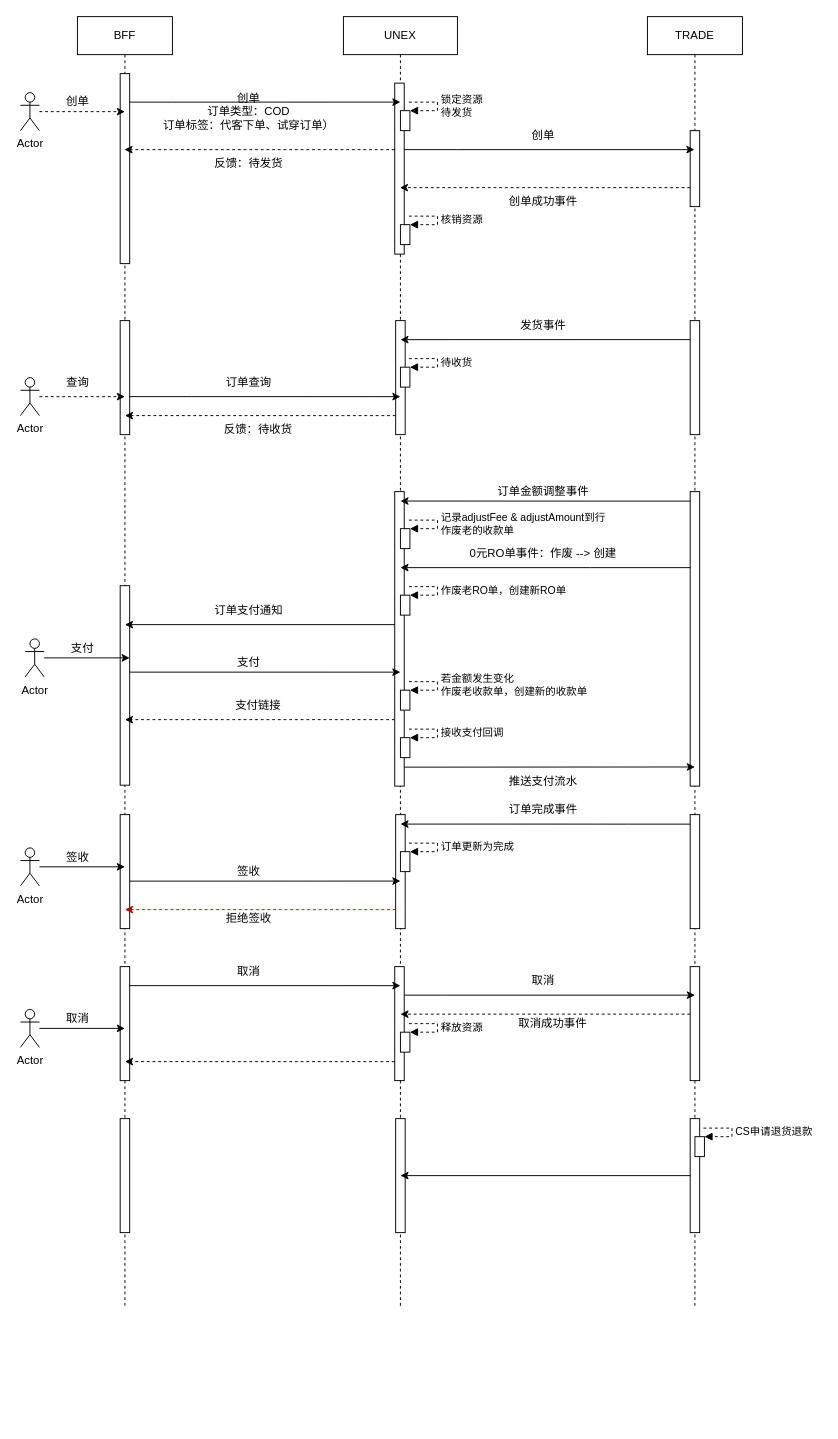
jingjie2018/test keeps this draw.io diagram as 未命名绘图.drawio. Above is the earlier version. Source tidied: cells renumbered, new cells numbered last; positions are measured from the earlier drawing's top-left corner, leaving out a move shared by most shapes. Both pictures are drawn from the tidied source at 95%, with x=0, y=0 at pixel (20, 16).
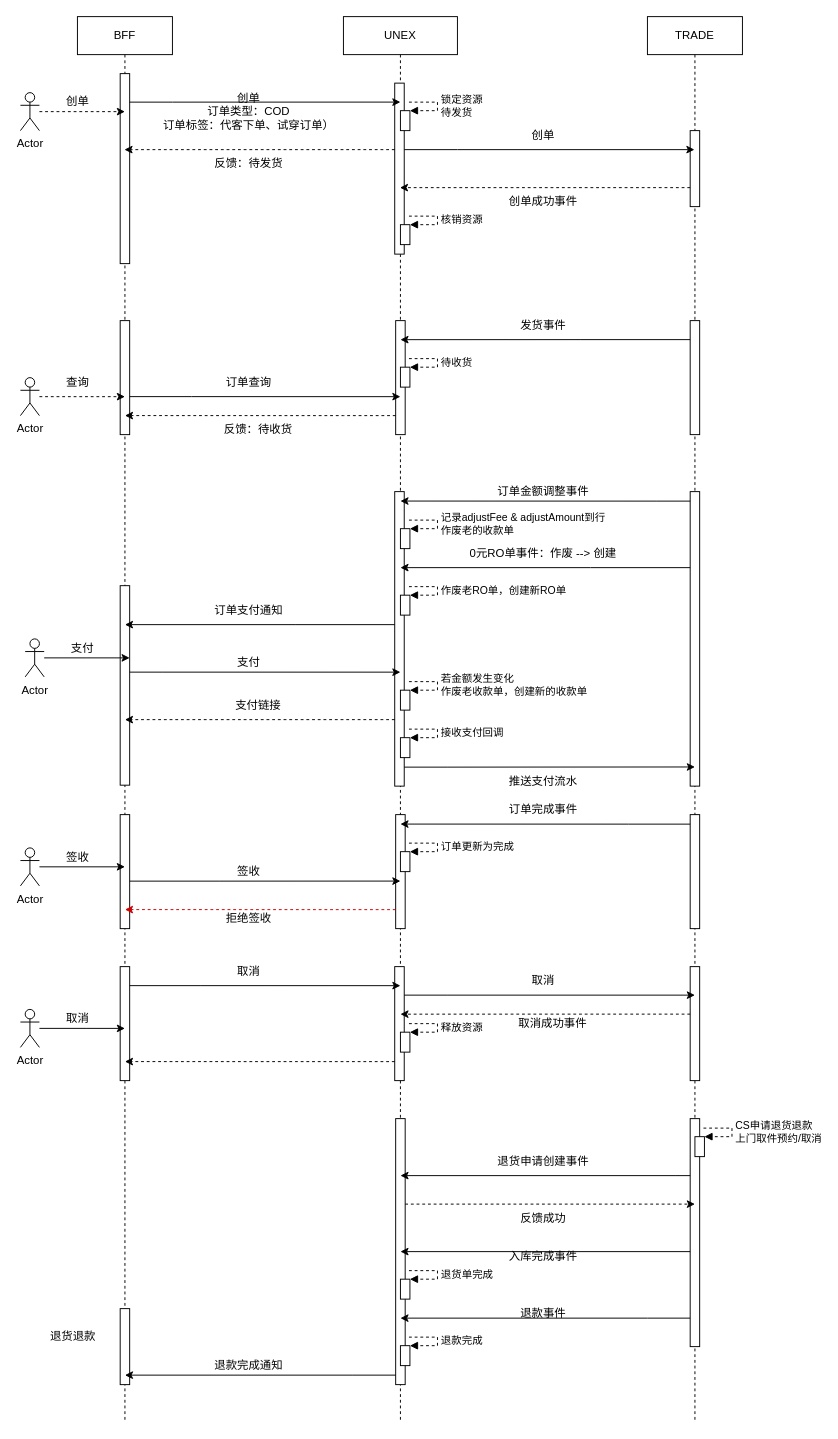
The same page after the edit.

Commit message (it also covers changes not shown here):
更新未命名绘图.drawio

Unchanged cells that the change refers to:
```xml
<mxCell id="44" style="html=1;points=[];perimeter=orthogonalPerimeter;" parent="37" vertex="1">
  <mxGeometry x="50" y="1179" width="10" height="21" as="geometry" />
</mxCell>
```

The edit, as a diff of the source:
```diff
@@
     <mxCell id="2" value="BFF" style="shape=umlLifeline;perimeter=lifelinePerimeter;whiteSpace=wrap;html=1;outlineConnect=0;" parent="1" vertex="1">
-      <mxGeometry x="60" width="100" height="1360" as="geometry" />
+      <mxGeometry x="60" width="100" height="1480" as="geometry" />
     </mxCell>
@@
     <mxCell id="11" style="html=1;points=[];perimeter=orthogonalPerimeter;" parent="2" vertex="1">
-      <mxGeometry x="45" y="1160" width="10" height="120" as="geometry" />
+      <mxGeometry x="45" y="1360" width="10" height="80" as="geometry" />
     </mxCell>
     <mxCell id="12" value="UNEX" style="shape=umlLifeline;perimeter=lifelinePerimeter;whiteSpace=wrap;html=1;outlineConnect=0;" parent="1" vertex="1">
-      <mxGeometry x="340" width="120" height="1360" as="geometry" />
+      <mxGeometry x="340" width="120" height="1480" as="geometry" />
     </mxCell>
@@
     <mxCell id="36" style="html=1;points=[];perimeter=orthogonalPerimeter;" parent="12" vertex="1">
-      <mxGeometry x="55" y="1160" width="10" height="120" as="geometry" />
+      <mxGeometry x="55" y="1160" width="10" height="280" as="geometry" />
     </mxCell>
+    <mxCell id="98" style="html=1;points=[];perimeter=orthogonalPerimeter;" parent="12" vertex="1">
+      <mxGeometry x="60" y="1329" width="10" height="21" as="geometry" />
+    </mxCell>
+    <mxCell id="99" value="退货单完成" style="edgeStyle=orthogonalEdgeStyle;html=1;align=left;spacingLeft=2;endArrow=block;rounded=0;entryX=1;entryY=0;dashed=1;" parent="12" edge="1" target="98">
+      <mxGeometry relative="1" as="geometry">
+        <mxPoint x="69" y="1320" as="sourcePoint" />
+        <Array as="points">
+          <mxPoint x="99" y="1320" />
+        </Array>
+      </mxGeometry>
+    </mxCell>
+    <mxCell id="100" style="html=1;points=[];perimeter=orthogonalPerimeter;" parent="12" vertex="1">
+      <mxGeometry x="60" y="1399" width="10" height="21" as="geometry" />
+    </mxCell>
+    <mxCell id="101" value="退款完成" style="edgeStyle=orthogonalEdgeStyle;html=1;align=left;spacingLeft=2;endArrow=block;rounded=0;entryX=1;entryY=0;dashed=1;" parent="12" edge="1" target="100">
+      <mxGeometry relative="1" as="geometry">
+        <mxPoint x="69" y="1390" as="sourcePoint" />
+        <Array as="points">
+          <mxPoint x="99" y="1390" />
+        </Array>
+      </mxGeometry>
+    </mxCell>
     <mxCell id="37" value="TRADE" style="shape=umlLifeline;perimeter=lifelinePerimeter;whiteSpace=wrap;html=1;outlineConnect=0;" parent="1" vertex="1">
-      <mxGeometry x="660" width="100" height="1360" as="geometry" />
+      <mxGeometry x="660" width="100" height="1480" as="geometry" />
     </mxCell>
@@
     <mxCell id="43" style="html=1;points=[];perimeter=orthogonalPerimeter;" parent="37" vertex="1">
-      <mxGeometry x="45" y="1160" width="10" height="120" as="geometry" />
+      <mxGeometry x="45" y="1160" width="10" height="240" as="geometry" />
     </mxCell>
@@
-    <mxCell id="45" value="CS申请退货退款" style="edgeStyle=orthogonalEdgeStyle;html=1;align=left;spacingLeft=2;endArrow=block;rounded=0;entryX=1;entryY=0;dashed=1;" parent="37" edge="1" target="44">
+    <mxCell id="45" value="CS申请退货退款&lt;br&gt;上门取件预约/取消" style="edgeStyle=orthogonalEdgeStyle;html=1;align=left;spacingLeft=2;endArrow=block;rounded=0;entryX=1;entryY=0;dashed=1;" parent="37" edge="1" target="44">
       <mxGeometry relative="1" as="geometry">
         <mxPoint x="59" y="1170" as="sourcePoint" />
         <Array as="points">
           <mxPoint x="89" y="1170" />
         </Array>
       </mxGeometry>
     </mxCell>
@@
-    <mxCell id="97" style="edgeStyle=orthogonalEdgeStyle;rounded=0;jettySize=auto;html=1;entryX=0.5;entryY=0.5;entryDx=0;entryDy=0;entryPerimeter=0;strokeColor=#000000;" parent="1" edge="1" source="43" target="36">
-      <mxGeometry relative="1" as="geometry" />
-    </mxCell>
+    <mxCell id="102" value="退货申请创建事件" style="text;html=1;align=center;verticalAlign=middle;strokeColor=none;fillColor=none;" parent="1" vertex="1">
+      <mxGeometry x="490" y="1190" width="120" height="30" as="geometry" />
+    </mxCell>
+    <mxCell id="103" style="edgeStyle=orthogonalEdgeStyle;rounded=0;jettySize=auto;html=1;strokeColor=#000000;" parent="1" edge="1" source="43">
+      <mxGeometry relative="1" as="geometry">
+        <mxPoint x="400" y="1220" as="targetPoint" />
+        <Array as="points">
+          <mxPoint x="690" y="1220" />
+          <mxPoint x="690" y="1220" />
+        </Array>
+      </mxGeometry>
+    </mxCell>
+    <mxCell id="104" style="edgeStyle=orthogonalEdgeStyle;rounded=0;jettySize=auto;html=1;entryX=0.5;entryY=0.375;entryDx=0;entryDy=0;entryPerimeter=0;strokeColor=#000000;dashed=1;" parent="1" edge="1" source="36" target="43">
+      <mxGeometry relative="1" as="geometry">
+        <Array as="points">
+          <mxPoint x="450" y="1250" />
+          <mxPoint x="450" y="1250" />
+        </Array>
+      </mxGeometry>
+    </mxCell>
+    <mxCell id="105" value="反馈成功" style="text;html=1;align=center;verticalAlign=middle;strokeColor=none;fillColor=none;" parent="1" vertex="1">
+      <mxGeometry x="515" y="1250" width="70" height="30" as="geometry" />
+    </mxCell>
+    <mxCell id="106" style="edgeStyle=orthogonalEdgeStyle;rounded=0;jettySize=auto;html=1;strokeColor=#000000;" parent="1" edge="1" source="43">
+      <mxGeometry relative="1" as="geometry">
+        <mxPoint x="400" y="1300" as="targetPoint" />
+        <Array as="points">
+          <mxPoint x="400" y="1300" />
+        </Array>
+      </mxGeometry>
+    </mxCell>
+    <mxCell id="107" value="入库完成事件" style="text;html=1;align=center;verticalAlign=middle;strokeColor=none;fillColor=none;" parent="1" vertex="1">
+      <mxGeometry x="500" y="1290" width="100" height="30" as="geometry" />
+    </mxCell>
+    <mxCell id="108" style="edgeStyle=orthogonalEdgeStyle;rounded=0;jettySize=auto;html=1;strokeColor=#000000;" parent="1" edge="1" source="43">
+      <mxGeometry relative="1" as="geometry">
+        <mxPoint x="400" y="1370" as="targetPoint" />
+        <Array as="points">
+          <mxPoint x="660" y="1370" />
+          <mxPoint x="660" y="1370" />
+        </Array>
+      </mxGeometry>
+    </mxCell>
+    <mxCell id="109" value="退款事件" style="text;html=1;align=center;verticalAlign=middle;strokeColor=none;fillColor=none;" parent="1" vertex="1">
+      <mxGeometry x="515" y="1350" width="70" height="30" as="geometry" />
+    </mxCell>
+    <mxCell id="110" style="edgeStyle=orthogonalEdgeStyle;rounded=0;jettySize=auto;html=1;entryX=0.5;entryY=0.875;entryDx=0;entryDy=0;entryPerimeter=0;strokeColor=#000000;" parent="1" edge="1" source="36" target="11">
+      <mxGeometry relative="1" as="geometry">
+        <Array as="points">
+          <mxPoint x="350" y="1430" />
+          <mxPoint x="350" y="1430" />
+        </Array>
+      </mxGeometry>
+    </mxCell>
+    <mxCell id="111" value="退款完成通知" style="text;html=1;align=center;verticalAlign=middle;strokeColor=none;fillColor=none;" parent="1" vertex="1">
+      <mxGeometry x="190" y="1405" width="100" height="30" as="geometry" />
+    </mxCell>
+    <mxCell id="112" value="退货退款" style="text;html=1;align=center;verticalAlign=middle;strokeColor=none;fillColor=none;" parent="1" vertex="1">
+      <mxGeometry x="20" y="1375" width="70" height="30" as="geometry" />
+    </mxCell>
```
